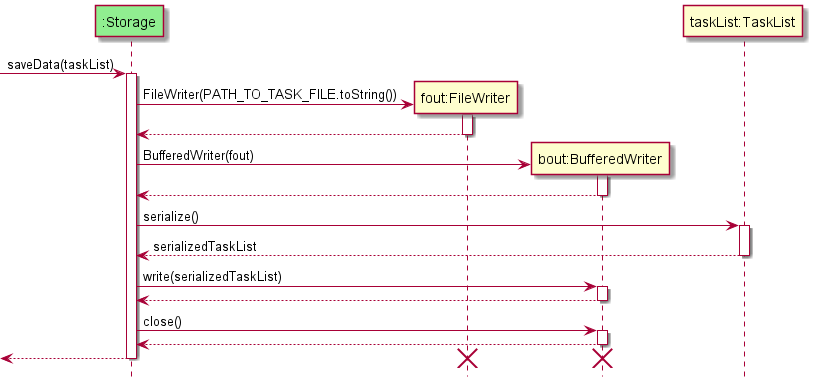
The PlantUML diagram docs/images/LoadDataSequenceDiagram.png in nus-cs2113-AY2122S1/tp, before a commit. The source it was exported from:
```plantuml
@startuml

!include Style.puml

participant ":Storage" as Storage #lightgreen
participant "fout:FileWriter" as fout
participant "bout:BufferedWriter" as bout
participant "taskList:TaskList" as taskList

[-> Storage: saveData(taskList)
activate Storage

create fout
Storage -> fout: FileWriter(PATH_TO_TASK_FILE.toString())
activate fout

fout --> Storage
deactivate fout

create bout
Storage -> bout: BufferedWriter(fout)
activate bout

bout --> Storage
deactivate bout

Storage -> taskList: serialize()
activate taskList

taskList --> Storage: serializedTaskList
deactivate taskList

Storage -> bout: write(serializedTaskList)
activate bout

bout --> Storage
deactivate bout

Storage -> bout: close()
activate bout

bout --> Storage
deactivate bout

[<-- Storage
destroy fout
destroy bout
deactivate Storage
@enduml
```
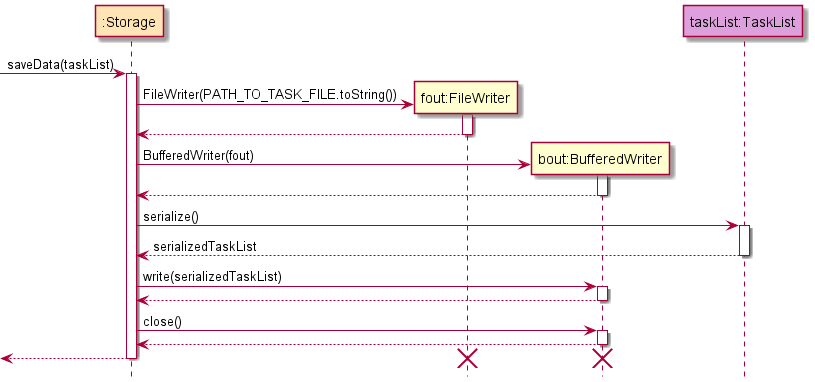
After the change.

Change to the diagram source:
```diff
@@ -2,10 +2,10 @@
 
 !include Style.puml
 
-participant ":Storage" as Storage #lightgreen
+participant ":Storage" as Storage STORAGE_COLOR
 participant "fout:FileWriter" as fout
 participant "bout:BufferedWriter" as bout
-participant "taskList:TaskList" as taskList
+participant "taskList:TaskList" as taskList MODEL_COLOR
 
 [-> Storage: saveData(taskList)
 activate Storage
```
